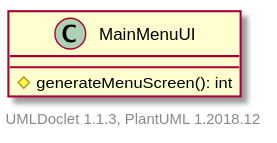
itachi1706/How-to-use-Git-NTUSCSE1819-Site keeps this PlantUML diagram as projects/oodp/html/umlversion/uml/sg.edu.ntu.scse.cz2002.ui.MainMenuUI.svg. Above is the earlier version. The source it was exported from:
```plantuml
@startuml

    class MainMenuUI {
        #generateMenuScreen(): int
    }


    center footer UMLDoclet 1.1.3, PlantUML 1.2018.12
@enduml
```
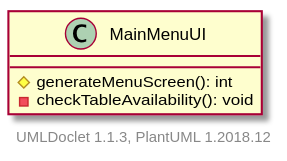
The same file after the commit.

Change to the diagram source:
```diff
@@ -1,7 +1,8 @@
 @startuml
 
-    class MainMenuUI {
+    class MainMenuUI [[../sg/edu/ntu/scse/cz2002/ui/MainMenuUI.html]] {
         #generateMenuScreen(): int
+        -checkTableAvailability(): void
     }
 
 
```
